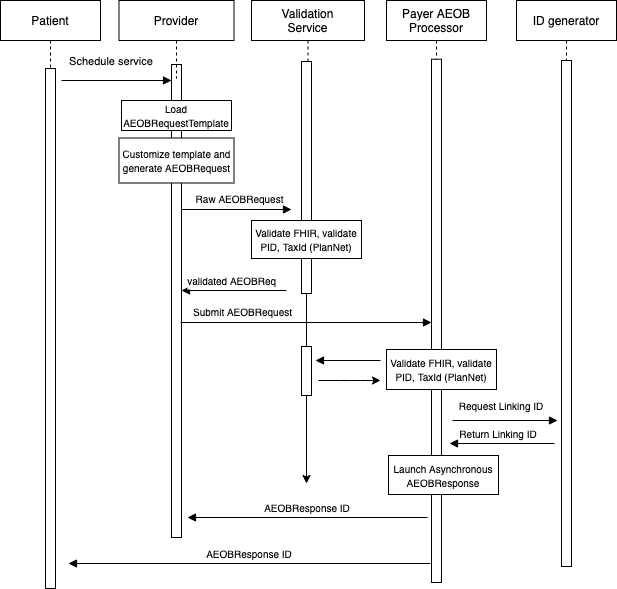
Before: input/images/SubmitAEOB.drawio.png, a diagram exported from draw.io (HL7/davinci-pct). Source tidied: cells renumbered, new cells last; positions are measured from the earlier drawing's top-left corner, leaving out a move shared by most shapes.
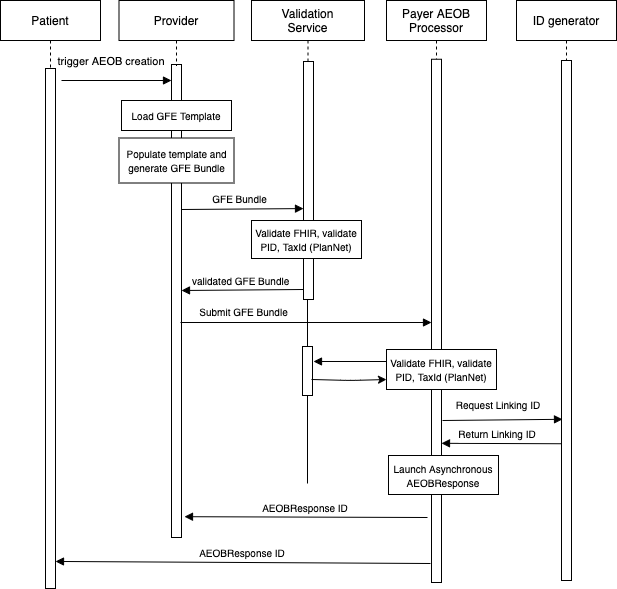
Later version of the same file.

Commit message:
Updated use case images

The edit, as a diff of the source:
```diff
@@ -2,28 +2,29 @@
   <root>
     <mxCell id="0" />
     <mxCell id="1" parent="0" />
-    <mxCell id="2" style="edgeStyle=orthogonalEdgeStyle;rounded=0;jettySize=auto;html=1;fontSize=10;" parent="1" edge="1" source="13">
+    <mxCell id="2" style="edgeStyle=orthogonalEdgeStyle;rounded=0;orthogonalLoop=1;jettySize=auto;html=1;fontSize=10;endArrow=none;endFill=0;" parent="1" edge="1">
       <mxGeometry relative="1" as="geometry">
-        <mxPoint x="306" y="483" as="targetPoint" />
+        <mxPoint x="308" y="299" as="sourcePoint" />
+        <mxPoint x="307" y="483" as="targetPoint" />
         <Array as="points">
-          <mxPoint x="308" y="273" />
-          <mxPoint x="306" y="273" />
+          <mxPoint x="309" y="273" />
+          <mxPoint x="307" y="273" />
         </Array>
       </mxGeometry>
     </mxCell>
-    <mxCell id="3" value="Submit AEOBRequest" style="text;html=1;align=center;verticalAlign=middle;fillColor=none;strokeColor=none;rounded=0;fontSize=10;" parent="1" vertex="1">
-      <mxGeometry x="188" y="303" width="108" height="16" as="geometry" />
+    <mxCell id="3" value="Submit GFE Bundle" style="text;html=1;align=center;verticalAlign=middle;fillColor=none;strokeColor=none;rounded=0;fontSize=10;" parent="1" vertex="1">
+      <mxGeometry x="194" y="303" width="98" height="16" as="geometry" />
     </mxCell>
     <mxCell id="4" style="points=[];perimeter=orthogonalPerimeter;rounded=0;shadow=0;strokeWidth=1;" parent="1" vertex="1">
       <mxGeometry x="171" y="64" width="10" height="473" as="geometry" />
     </mxCell>
     <mxCell id="5" value="Provider" style="shape=umlLifeline;perimeter=lifelinePerimeter;rounded=0;shadow=0;strokeWidth=1;" parent="1" vertex="1">
-      <mxGeometry x="118.5" width="115" height="78" as="geometry" />
+      <mxGeometry x="118.5" width="115" height="65" as="geometry" />
     </mxCell>
-    <mxCell id="6" value="&lt;font style=&quot;font-size: 10px&quot;&gt;Load AEOBRequestTemplate&lt;/font&gt;" style="rounded=0;whiteSpace=wrap;html=1;" parent="5" vertex="1">
+    <mxCell id="6" value="&lt;font style=&quot;font-size: 10px&quot;&gt;Load GFE Template&lt;/font&gt;" style="rounded=0;whiteSpace=wrap;html=1;" parent="5" vertex="1">
       <mxGeometry x="2.5" y="100" width="110" height="30" as="geometry" />
     </mxCell>
-    <mxCell id="7" value="&lt;font style=&quot;font-size: 10px&quot;&gt;Customize template and generate AEOBRequest&lt;/font&gt;" style="rounded=0;whiteSpace=wrap;html=1;" parent="5" vertex="1">
+    <mxCell id="7" value="&lt;font style=&quot;font-size: 10px&quot;&gt;Populate template and generate GFE Bundle&lt;/font&gt;" style="rounded=0;whiteSpace=wrap;html=1;" parent="5" vertex="1">
       <mxGeometry y="137.5" width="115" height="45" as="geometry" />
     </mxCell>
     <mxCell id="8" value="Payer AEOB&#10;Processor" style="shape=umlLifeline;perimeter=lifelinePerimeter;rounded=0;shadow=0;strokeWidth=1;" parent="1" vertex="1">
@@ -48,10 +49,10 @@
       <mxGeometry x="45" y="68" width="10" height="520" as="geometry" />
     </mxCell>
     <mxCell id="13" value="Validation&#10;Service" style="shape=umlLifeline;perimeter=lifelinePerimeter;rounded=0;shadow=0;strokeWidth=1;" parent="1" vertex="1">
-      <mxGeometry x="251" width="113" height="62" as="geometry" />
+      <mxGeometry x="251" width="113" height="299" as="geometry" />
     </mxCell>
     <mxCell id="14" style="points=[];perimeter=orthogonalPerimeter;rounded=0;shadow=0;strokeWidth=1;" parent="13" vertex="1">
-      <mxGeometry x="50" y="61" width="10" height="232" as="geometry" />
+      <mxGeometry x="52" y="61" width="10" height="238" as="geometry" />
     </mxCell>
     <mxCell id="15" value="&lt;font style=&quot;font-size: 10px&quot;&gt;Validate FHIR, validate PID, TaxId (PlanNet)&lt;/font&gt;" style="rounded=0;whiteSpace=wrap;html=1;" parent="13" vertex="1">
       <mxGeometry y="220" width="110" height="38" as="geometry" />
@@ -65,73 +66,63 @@
         <mxPoint x="431" y="322" as="targetPoint" />
       </mxGeometry>
     </mxCell>
-    <mxCell id="18" style="verticalAlign=bottom;endArrow=block;entryX=0;entryY=0;shadow=0;strokeWidth=1;" parent="1" edge="1">
+    <mxCell id="18" style="verticalAlign=bottom;endArrow=block;entryX=0;entryY=0.618;shadow=0;strokeWidth=1;entryDx=0;entryDy=0;entryPerimeter=0;" parent="1" edge="1" target="14">
       <mxGeometry relative="1" as="geometry">
         <mxPoint x="181" y="209" as="sourcePoint" />
-        <mxPoint x="291" y="209" as="targetPoint" />
       </mxGeometry>
     </mxCell>
-    <mxCell id="19" value="validated AEOBReq " style="verticalAlign=bottom;endArrow=block;entryX=1;entryY=0;shadow=0;strokeWidth=1;fontSize=10;" parent="1" edge="1">
+    <mxCell id="19" value="validated GFE Bundle " style="verticalAlign=bottom;endArrow=block;entryX=1;entryY=0;shadow=0;strokeWidth=1;fontSize=10;exitX=0;exitY=0.958;exitDx=0;exitDy=0;exitPerimeter=0;" parent="1" edge="1" source="14">
       <mxGeometry relative="1" as="geometry">
-        <mxPoint x="286" y="290" as="sourcePoint" />
         <mxPoint x="181" y="290" as="targetPoint" />
       </mxGeometry>
     </mxCell>
-    <mxCell id="20" value="Schedule service" style="verticalAlign=bottom;endArrow=block;entryX=0;entryY=0;shadow=0;strokeWidth=1;" parent="1" edge="1">
+    <mxCell id="20" value="trigger AEOB creation" style="verticalAlign=bottom;endArrow=block;entryX=0;entryY=0;shadow=0;strokeWidth=1;" parent="1" edge="1">
       <mxGeometry x="-0.09" y="10" relative="1" as="geometry">
         <mxPoint x="61" y="80" as="sourcePoint" />
         <mxPoint x="171" y="80" as="targetPoint" />
       </mxGeometry>
     </mxCell>
-    <mxCell id="21" value="Raw AEOBRequest" style="text;html=1;align=center;verticalAlign=middle;fillColor=none;strokeColor=none;rounded=0;fontSize=10;" parent="1" vertex="1">
-      <mxGeometry x="190" y="190" width="97" height="16" as="geometry" />
+    <mxCell id="21" value="GFE Bundle" style="text;html=1;align=center;verticalAlign=middle;fillColor=none;strokeColor=none;rounded=0;fontSize=10;" parent="1" vertex="1">
+      <mxGeometry x="207" y="190" width="64" height="16" as="geometry" />
     </mxCell>
-    <mxCell id="22" value="Request Linking ID" style="verticalAlign=bottom;endArrow=block;shadow=0;strokeWidth=1;fontSize=10;" parent="1" edge="1">
+    <mxCell id="22" value="Request Linking ID" style="verticalAlign=bottom;endArrow=block;shadow=0;strokeWidth=1;fontSize=10;entryX=0.1;entryY=0.69;entryDx=0;entryDy=0;entryPerimeter=0;" parent="1" edge="1" target="25">
       <mxGeometry x="-0.07" y="5" relative="1" as="geometry">
-        <mxPoint x="452" y="420" as="sourcePoint" />
-        <mxPoint x="557" y="420" as="targetPoint" />
+        <mxPoint x="442" y="420" as="sourcePoint" />
       </mxGeometry>
     </mxCell>
     <mxCell id="23" value="&lt;font style=&quot;font-size: 10px&quot;&gt;Validate FHIR, validate PID, TaxId (PlanNet)&lt;/font&gt;" style="rounded=0;whiteSpace=wrap;html=1;" parent="1" vertex="1">
       <mxGeometry x="386" y="349" width="110" height="40" as="geometry" />
     </mxCell>
-    <mxCell id="24" value="Return Linking ID" style="verticalAlign=bottom;endArrow=block;entryX=1;entryY=0;shadow=0;strokeWidth=1;fontSize=10;" parent="1" edge="1">
-      <mxGeometry x="0.07" relative="1" as="geometry">
-        <mxPoint x="554" y="443" as="sourcePoint" />
-        <mxPoint x="449" y="443" as="targetPoint" />
-      </mxGeometry>
+    <mxCell id="24" value="Return Linking ID" style="verticalAlign=bottom;endArrow=block;entryX=1;entryY=0.734;shadow=0;strokeWidth=1;fontSize=10;entryDx=0;entryDy=0;entryPerimeter=0;exitX=0;exitY=0.737;exitDx=0;exitDy=0;exitPerimeter=0;" parent="1" edge="1" source="25" target="9">
+      <mxGeometry x="0.07" relative="1" as="geometry" />
     </mxCell>
     <mxCell id="25" style="points=[];perimeter=orthogonalPerimeter;rounded=0;shadow=0;strokeWidth=1;" parent="1" vertex="1">
-      <mxGeometry x="561" y="60" width="10" height="506" as="geometry" />
+      <mxGeometry x="561" y="60" width="10" height="520" as="geometry" />
     </mxCell>
-    <mxCell id="26" value="AEOBResponse ID" style="verticalAlign=bottom;endArrow=block;shadow=0;strokeWidth=1;fontSize=10;" parent="1" edge="1">
+    <mxCell id="26" value="AEOBResponse ID" style="verticalAlign=bottom;endArrow=block;shadow=0;strokeWidth=1;fontSize=10;entryX=1.3;entryY=0.956;entryDx=0;entryDy=0;entryPerimeter=0;" parent="1" edge="1" target="4">
       <mxGeometry relative="1" as="geometry">
         <mxPoint x="427" y="517" as="sourcePoint" />
-        <mxPoint x="187" y="517" as="targetPoint" />
       </mxGeometry>
     </mxCell>
-    <mxCell id="27" value="AEOBResponse ID" style="verticalAlign=bottom;endArrow=block;shadow=0;strokeWidth=1;fontSize=10;" parent="1" edge="1">
+    <mxCell id="27" value="AEOBResponse ID" style="verticalAlign=bottom;endArrow=block;shadow=0;strokeWidth=1;fontSize=10;entryX=1;entryY=0.948;entryDx=0;entryDy=0;entryPerimeter=0;" parent="1" edge="1" target="12">
       <mxGeometry relative="1" as="geometry">
         <mxPoint x="430" y="563" as="sourcePoint" />
-        <mxPoint x="68" y="563" as="targetPoint" />
       </mxGeometry>
     </mxCell>
     <mxCell id="28" value="&lt;font style=&quot;font-size: 10px&quot;&gt;Launch Asynchronous AEOBResponse&lt;/font&gt;" style="rounded=0;whiteSpace=wrap;html=1;" parent="1" vertex="1">
       <mxGeometry x="388" y="455" width="110" height="39" as="geometry" />
     </mxCell>
     <mxCell id="29" style="points=[];perimeter=orthogonalPerimeter;rounded=0;shadow=0;strokeWidth=1;" parent="1" vertex="1">
-      <mxGeometry x="301" y="346" width="10" height="49" as="geometry" />
+      <mxGeometry x="302" y="346" width="10" height="49" as="geometry" />
     </mxCell>
-    <mxCell id="30" style="verticalAlign=bottom;endArrow=block;shadow=0;strokeWidth=1;fontSize=10;" parent="1" edge="1">
+    <mxCell id="30" style="verticalAlign=bottom;endArrow=block;shadow=0;strokeWidth=1;fontSize=10;entryX=1.1;entryY=0.306;entryDx=0;entryDy=0;entryPerimeter=0;" parent="1" edge="1" target="29">
       <mxGeometry relative="1" as="geometry">
-        <mxPoint x="380" y="360" as="sourcePoint" />
-        <mxPoint x="315" y="360" as="targetPoint" />
+        <mxPoint x="386" y="361" as="sourcePoint" />
       </mxGeometry>
     </mxCell>
-    <mxCell id="31" style="endArrow=classic;html=1;fontSize=10;" parent="1" edge="1">
+    <mxCell id="31" style="endArrow=classic;html=1;fontSize=10;exitX=0.9;exitY=0.673;exitDx=0;exitDy=0;exitPerimeter=0;" parent="1" edge="1" source="29">
       <mxGeometry relative="1" as="geometry">
-        <mxPoint x="318" y="380" as="sourcePoint" />
-        <mxPoint x="380" y="380" as="targetPoint" />
+        <mxPoint x="386" y="379" as="targetPoint" />
         <Array as="points">
           <mxPoint x="350" y="380" />
         </Array>
```
